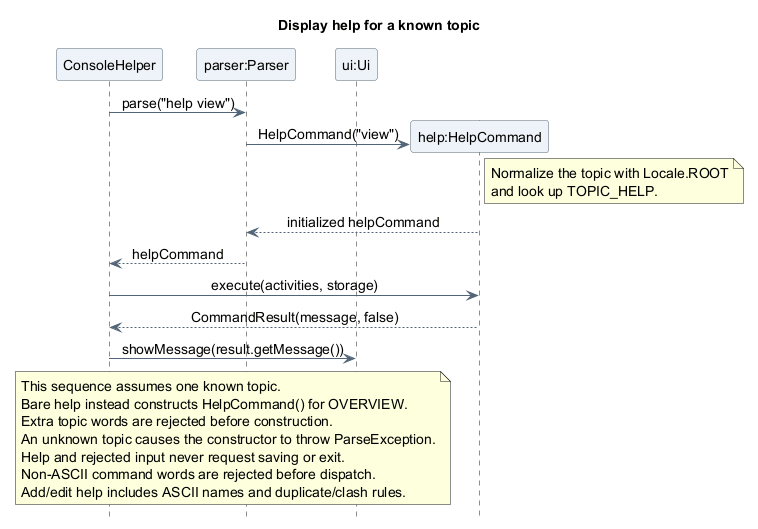
Earlier version of the PlantUML export docs/images/atharva/sequence/TopicHelpSequence.png (AY2627S1-CS2113-T10-4/tp).
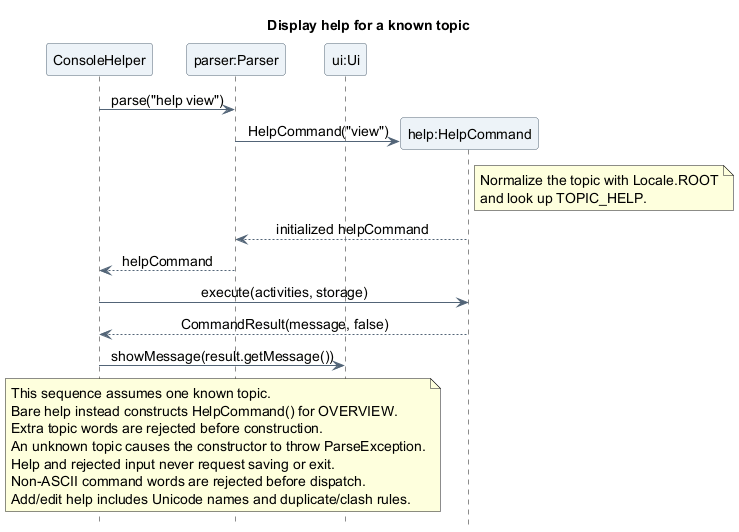
Above is the later version.

The edit, as a diff of the source:
```diff
@@ -34,6 +34,6 @@
   An unknown topic causes the constructor to throw ParseException.
   Help and rejected input never request saving or exit.
   Non-ASCII command words are rejected before dispatch.
-  Add/edit help includes ASCII names and duplicate/clash rules.
+  Add/edit help includes Unicode names and duplicate/clash rules.
 end note
 @enduml
```
